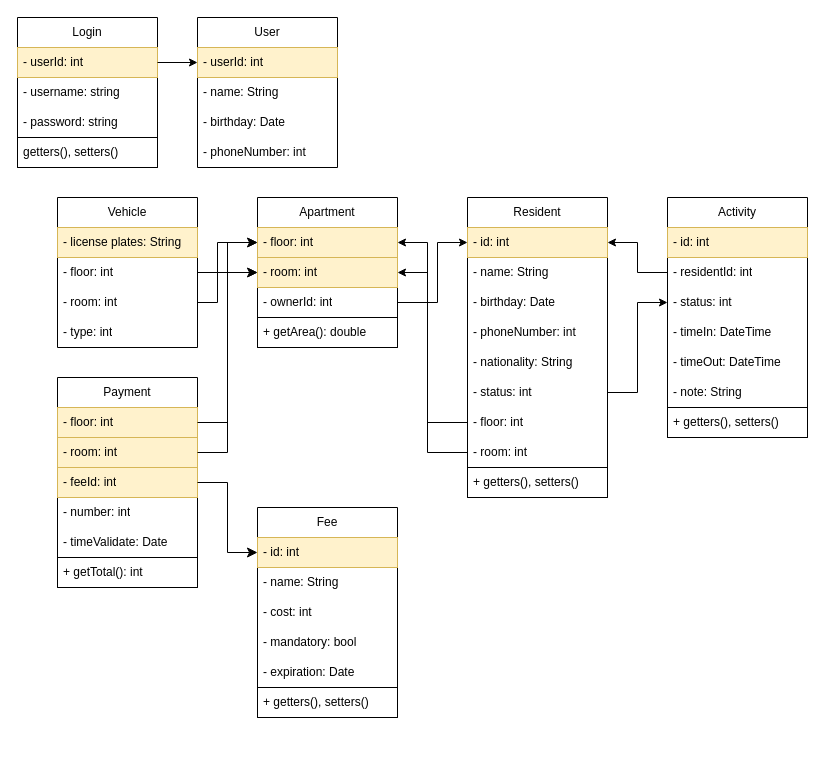
The draw.io diagram sqlChart.drawio in liguang612/ApartmentManagement, before the edit. Source tidied: cells renumbered, new cells numbered last; positions are measured from the earlier drawing's top-left corner, leaving out a move shared by most shapes. Both pictures are drawn from the tidied source at 100%, with x=0, y=0 at pixel (17, 17).
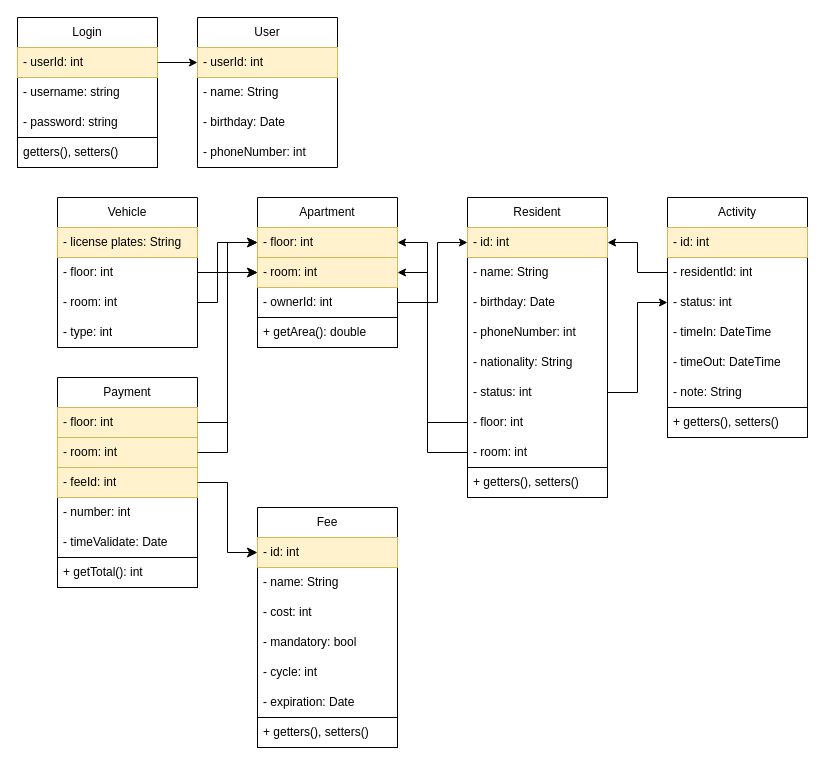
Above is the later version.

What changed in the source:
```diff
@@
     <mxCell id="45" value="Fee" style="swimlane;fontStyle=0;horizontal=1;startSize=30;whiteSpace=wrap;html=1;" parent="1" vertex="1">
-      <mxGeometry x="240" y="490" width="140" height="210" as="geometry" />
+      <mxGeometry x="240" y="490" width="140" height="240" as="geometry" />
     </mxCell>
@@
+    <mxCell id="71" value="- cycle: int" style="text;strokeColor=none;fillColor=none;align=left;verticalAlign=middle;spacingLeft=4;spacingRight=4;overflow=hidden;whiteSpace=wrap;html=1;" parent="45" vertex="1">
+      <mxGeometry y="150" width="140" height="30" as="geometry" />
+    </mxCell>
     <mxCell id="50" value="- expiration: Date" style="text;strokeColor=none;fillColor=none;align=left;verticalAlign=middle;spacingLeft=4;spacingRight=4;overflow=hidden;whiteSpace=wrap;html=1;" parent="45" vertex="1">
-      <mxGeometry y="150" width="140" height="30" as="geometry" />
+      <mxGeometry y="180" width="140" height="30" as="geometry" />
     </mxCell>
     <mxCell id="51" style="swimlane;startSize=0;" parent="45" vertex="1">
-      <mxGeometry y="180" width="140" height="30" as="geometry" />
+      <mxGeometry y="210" width="140" height="30" as="geometry" />
     </mxCell>
```
